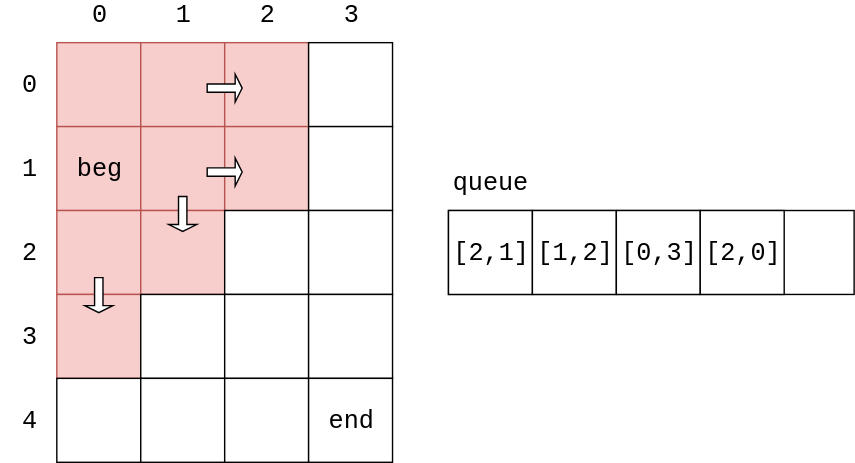
Earlier version of the draw.io export docs/Search/res/BreadthFirstSearch6.svg (linrongbin16/way-to-algorithm). Source tidied: cells renumbered, new cells last; positions are measured from the earlier drawing's top-left corner, leaving out a move shared by most shapes. Source of this version:
```xml
<mxGraphModel background="#ffffff">
  <root>
    <mxCell id="0" />
    <mxCell id="1" parent="0" />
    <mxCell id="2" style="rounded=0;whiteSpace=wrap;html=1;fontFamily=Courier New;fontSize=18;fillColor=#f8cecc;strokeColor=#b85450;" parent="1" vertex="1">
      <mxGeometry x="40" y="30" width="60" height="60" as="geometry" />
    </mxCell>
    <mxCell id="3" style="rounded=0;whiteSpace=wrap;html=1;fontFamily=Courier New;fontSize=18;fillColor=#f8cecc;strokeColor=#b85450;" parent="1" vertex="1">
      <mxGeometry x="100" y="30" width="60" height="60" as="geometry" />
    </mxCell>
    <mxCell id="4" style="rounded=0;whiteSpace=wrap;html=1;fontFamily=Courier New;fontSize=18;fillColor=#f8cecc;strokeColor=#b85450;" parent="1" vertex="1">
      <mxGeometry x="160" y="30" width="60" height="60" as="geometry" />
    </mxCell>
    <mxCell id="5" style="rounded=0;whiteSpace=wrap;html=1;fontFamily=Courier New;fontSize=18;" parent="1" vertex="1">
      <mxGeometry x="220" y="30" width="60" height="60" as="geometry" />
    </mxCell>
    <mxCell id="6" value="beg" style="rounded=0;whiteSpace=wrap;html=1;fontFamily=Courier New;fontSize=18;fillColor=#f8cecc;strokeColor=#b85450;" parent="1" vertex="1">
      <mxGeometry x="40" y="90" width="60" height="60" as="geometry" />
    </mxCell>
    <mxCell id="7" style="rounded=0;whiteSpace=wrap;html=1;fontFamily=Courier New;fontSize=18;fillColor=#f8cecc;strokeColor=#b85450;" parent="1" vertex="1">
      <mxGeometry x="100" y="90" width="60" height="60" as="geometry" />
    </mxCell>
    <mxCell id="8" style="rounded=0;whiteSpace=wrap;html=1;fontFamily=Courier New;fontSize=18;fillColor=#f8cecc;strokeColor=#b85450;shadow=0;" parent="1" vertex="1">
      <mxGeometry x="160" y="90" width="60" height="60" as="geometry" />
    </mxCell>
    <mxCell id="9" style="rounded=0;whiteSpace=wrap;html=1;fontFamily=Courier New;fontSize=18;fillColor=#ffffff;strokeColor=#000000;" parent="1" vertex="1">
      <mxGeometry x="220" y="90" width="60" height="60" as="geometry" />
    </mxCell>
    <mxCell id="10" style="rounded=0;whiteSpace=wrap;html=1;fontFamily=Courier New;fontSize=18;fillColor=#f8cecc;strokeColor=#b85450;" parent="1" vertex="1">
      <mxGeometry x="40" y="150" width="60" height="60" as="geometry" />
    </mxCell>
    <mxCell id="11" style="rounded=0;whiteSpace=wrap;html=1;fontFamily=Courier New;fontSize=18;fillColor=#f8cecc;strokeColor=#b85450;" parent="1" vertex="1">
      <mxGeometry x="100" y="150" width="60" height="60" as="geometry" />
    </mxCell>
    <mxCell id="12" value="0" style="text;html=1;strokeColor=none;fillColor=none;align=center;verticalAlign=middle;whiteSpace=wrap;fontFamily=Courier New;fontSize=18;" parent="1" vertex="1">
      <mxGeometry x="50" width="40" height="20" as="geometry" />
    </mxCell>
    <mxCell id="13" value="1" style="text;html=1;strokeColor=none;fillColor=none;align=center;verticalAlign=middle;whiteSpace=wrap;fontFamily=Courier New;fontSize=18;" parent="1" vertex="1">
      <mxGeometry x="110" width="40" height="20" as="geometry" />
    </mxCell>
    <mxCell id="14" value="2" style="text;html=1;strokeColor=none;fillColor=none;align=center;verticalAlign=middle;whiteSpace=wrap;fontFamily=Courier New;fontSize=18;" parent="1" vertex="1">
      <mxGeometry x="170" width="40" height="20" as="geometry" />
    </mxCell>
    <mxCell id="15" value="3" style="text;html=1;strokeColor=none;fillColor=none;align=center;verticalAlign=middle;whiteSpace=wrap;fontFamily=Courier New;fontSize=18;" parent="1" vertex="1">
      <mxGeometry x="230" width="40" height="20" as="geometry" />
    </mxCell>
    <mxCell id="16" value="0" style="text;html=1;strokeColor=none;fillColor=none;align=center;verticalAlign=middle;whiteSpace=wrap;fontFamily=Courier New;fontSize=18;" parent="1" vertex="1">
      <mxGeometry y="50" width="40" height="20" as="geometry" />
    </mxCell>
    <mxCell id="17" value="1" style="text;html=1;strokeColor=none;fillColor=none;align=center;verticalAlign=middle;whiteSpace=wrap;fontFamily=Courier New;fontSize=18;" parent="1" vertex="1">
      <mxGeometry y="110" width="40" height="20" as="geometry" />
    </mxCell>
    <mxCell id="18" value="2" style="text;html=1;strokeColor=none;fillColor=none;align=center;verticalAlign=middle;whiteSpace=wrap;fontFamily=Courier New;fontSize=18;" parent="1" vertex="1">
      <mxGeometry y="170" width="40" height="20" as="geometry" />
    </mxCell>
    <mxCell id="19" value="3" style="text;html=1;strokeColor=none;fillColor=none;align=center;verticalAlign=middle;whiteSpace=wrap;fontFamily=Courier New;fontSize=18;" parent="1" vertex="1">
      <mxGeometry y="230" width="40" height="20" as="geometry" />
    </mxCell>
    <mxCell id="20" value="4" style="text;html=1;strokeColor=none;fillColor=none;align=center;verticalAlign=middle;whiteSpace=wrap;fontFamily=Courier New;fontSize=18;" parent="1" vertex="1">
      <mxGeometry y="290" width="40" height="20" as="geometry" />
    </mxCell>
    <mxCell id="21" style="rounded=0;whiteSpace=wrap;html=1;fontFamily=Courier New;fontSize=18;fillColor=#ffffff;strokeColor=#000000;shadow=0;" parent="1" vertex="1">
      <mxGeometry x="160" y="150" width="60" height="60" as="geometry" />
    </mxCell>
    <mxCell id="22" style="rounded=0;whiteSpace=wrap;html=1;fontFamily=Courier New;fontSize=18;fillColor=#ffffff;strokeColor=#000000;" parent="1" vertex="1">
      <mxGeometry x="220" y="150" width="60" height="60" as="geometry" />
    </mxCell>
    <mxCell id="23" style="rounded=0;whiteSpace=wrap;html=1;fontFamily=Courier New;fontSize=18;fillColor=#f8cecc;strokeColor=#b85450;" parent="1" vertex="1">
      <mxGeometry x="40" y="210" width="60" height="60" as="geometry" />
    </mxCell>
    <mxCell id="24" style="rounded=0;whiteSpace=wrap;html=1;fontFamily=Courier New;fontSize=18;fillColor=#ffffff;strokeColor=#000000;" parent="1" vertex="1">
      <mxGeometry x="100" y="210" width="60" height="60" as="geometry" />
    </mxCell>
    <mxCell id="25" style="rounded=0;whiteSpace=wrap;html=1;fontFamily=Courier New;fontSize=18;fillColor=#ffffff;strokeColor=#000000;shadow=0;" parent="1" vertex="1">
      <mxGeometry x="160" y="210" width="60" height="60" as="geometry" />
    </mxCell>
    <mxCell id="26" style="rounded=0;whiteSpace=wrap;html=1;fontFamily=Courier New;fontSize=18;fillColor=#ffffff;strokeColor=#000000;" parent="1" vertex="1">
      <mxGeometry x="220" y="210" width="60" height="60" as="geometry" />
    </mxCell>
    <mxCell id="27" style="rounded=0;whiteSpace=wrap;html=1;fontFamily=Courier New;fontSize=18;fillColor=#ffffff;strokeColor=#000000;" parent="1" vertex="1">
      <mxGeometry x="40" y="270" width="60" height="60" as="geometry" />
    </mxCell>
    <mxCell id="28" style="rounded=0;whiteSpace=wrap;html=1;fontFamily=Courier New;fontSize=18;fillColor=#ffffff;strokeColor=#000000;" parent="1" vertex="1">
      <mxGeometry x="100" y="270" width="60" height="60" as="geometry" />
    </mxCell>
    <mxCell id="29" style="rounded=0;whiteSpace=wrap;html=1;fontFamily=Courier New;fontSize=18;fillColor=#ffffff;strokeColor=#000000;shadow=0;" parent="1" vertex="1">
      <mxGeometry x="160" y="270" width="60" height="60" as="geometry" />
    </mxCell>
    <mxCell id="30" value="end" style="rounded=0;whiteSpace=wrap;html=1;fontFamily=Courier New;fontSize=18;fillColor=#ffffff;strokeColor=#000000;" parent="1" vertex="1">
      <mxGeometry x="220" y="270" width="60" height="60" as="geometry" />
    </mxCell>
    <mxCell id="31" value="queue" style="text;html=1;strokeColor=none;fillColor=none;align=center;verticalAlign=middle;whiteSpace=wrap;rounded=0;shadow=0;fontFamily=Courier New;fontSize=18;" parent="1" vertex="1">
      <mxGeometry x="330" y="120" width="40" height="20" as="geometry" />
    </mxCell>
    <mxCell id="32" style="rounded=0;whiteSpace=wrap;html=1;fontFamily=Courier New;fontSize=18;" parent="1" vertex="1">
      <mxGeometry x="320" y="150" width="290" height="60" as="geometry" />
    </mxCell>
    <mxCell id="33" value="[2,1]" style="rounded=0;whiteSpace=wrap;html=1;fontFamily=Courier New;fontSize=18;fillColor=#ffffff;strokeColor=#000000;" parent="1" vertex="1">
      <mxGeometry x="320" y="150" width="60" height="60" as="geometry" />
    </mxCell>
    <mxCell id="34" style="shape=singleArrow;direction=north;whiteSpace=wrap;html=1;rounded=0;shadow=0;strokeColor=#000000;fillColor=#ffffff;gradientColor=none;fontFamily=Courier New;fontSize=18;rotation=90;" parent="1" vertex="1">
      <mxGeometry x="150" y="110" width="20" height="25" as="geometry" />
    </mxCell>
    <mxCell id="35" style="shape=singleArrow;direction=north;whiteSpace=wrap;html=1;rounded=0;shadow=0;strokeColor=#000000;fillColor=#ffffff;gradientColor=none;fontFamily=Courier New;fontSize=18;rotation=180;" parent="1" vertex="1">
      <mxGeometry x="60" y="198" width="20" height="25" as="geometry" />
    </mxCell>
    <mxCell id="36" value="[1,2]" style="rounded=0;whiteSpace=wrap;html=1;fontFamily=Courier New;fontSize=18;fillColor=#ffffff;strokeColor=#000000;" parent="1" vertex="1">
      <mxGeometry x="380" y="150" width="60" height="60" as="geometry" />
    </mxCell>
    <mxCell id="37" value="[0,3]" style="rounded=0;whiteSpace=wrap;html=1;fontFamily=Courier New;fontSize=18;fillColor=#ffffff;strokeColor=#000000;" parent="1" vertex="1">
      <mxGeometry x="440" y="150" width="60" height="60" as="geometry" />
    </mxCell>
    <mxCell id="38" style="shape=singleArrow;direction=north;whiteSpace=wrap;html=1;rounded=0;shadow=0;strokeColor=#000000;fillColor=#ffffff;gradientColor=none;fontFamily=Courier New;fontSize=18;rotation=90;" parent="1" vertex="1">
      <mxGeometry x="150" y="50" width="20" height="25" as="geometry" />
    </mxCell>
    <mxCell id="39" style="shape=singleArrow;direction=north;whiteSpace=wrap;html=1;rounded=0;shadow=0;strokeColor=#000000;fillColor=#ffffff;gradientColor=none;fontFamily=Courier New;fontSize=18;rotation=180;" parent="1" vertex="1">
      <mxGeometry x="120" y="140" width="20" height="25" as="geometry" />
    </mxCell>
    <mxCell id="40" value="[2,0]" style="rounded=0;whiteSpace=wrap;html=1;fontFamily=Courier New;fontSize=18;fillColor=#ffffff;strokeColor=#000000;" parent="1" vertex="1">
      <mxGeometry x="500" y="150" width="60" height="60" as="geometry" />
    </mxCell>
  </root>
</mxGraphModel>
```
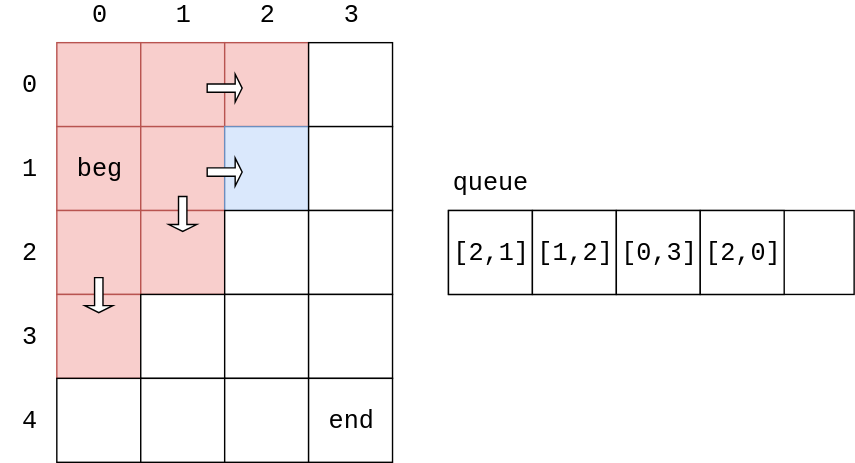
After the change.

Diff of the diagram source:
```diff
@@ -20,7 +20,7 @@
     <mxCell id="7" style="rounded=0;whiteSpace=wrap;html=1;fontFamily=Courier New;fontSize=18;fillColor=#f8cecc;strokeColor=#b85450;" parent="1" vertex="1">
       <mxGeometry x="100" y="90" width="60" height="60" as="geometry" />
     </mxCell>
-    <mxCell id="8" style="rounded=0;whiteSpace=wrap;html=1;fontFamily=Courier New;fontSize=18;fillColor=#f8cecc;strokeColor=#b85450;shadow=0;" parent="1" vertex="1">
+    <mxCell id="8" style="rounded=0;whiteSpace=wrap;html=1;fontFamily=Courier New;fontSize=18;fillColor=#dae8fc;strokeColor=#6c8ebf;shadow=0;" parent="1" vertex="1">
       <mxGeometry x="160" y="90" width="60" height="60" as="geometry" />
     </mxCell>
     <mxCell id="9" style="rounded=0;whiteSpace=wrap;html=1;fontFamily=Courier New;fontSize=18;fillColor=#ffffff;strokeColor=#000000;" parent="1" vertex="1">
```
